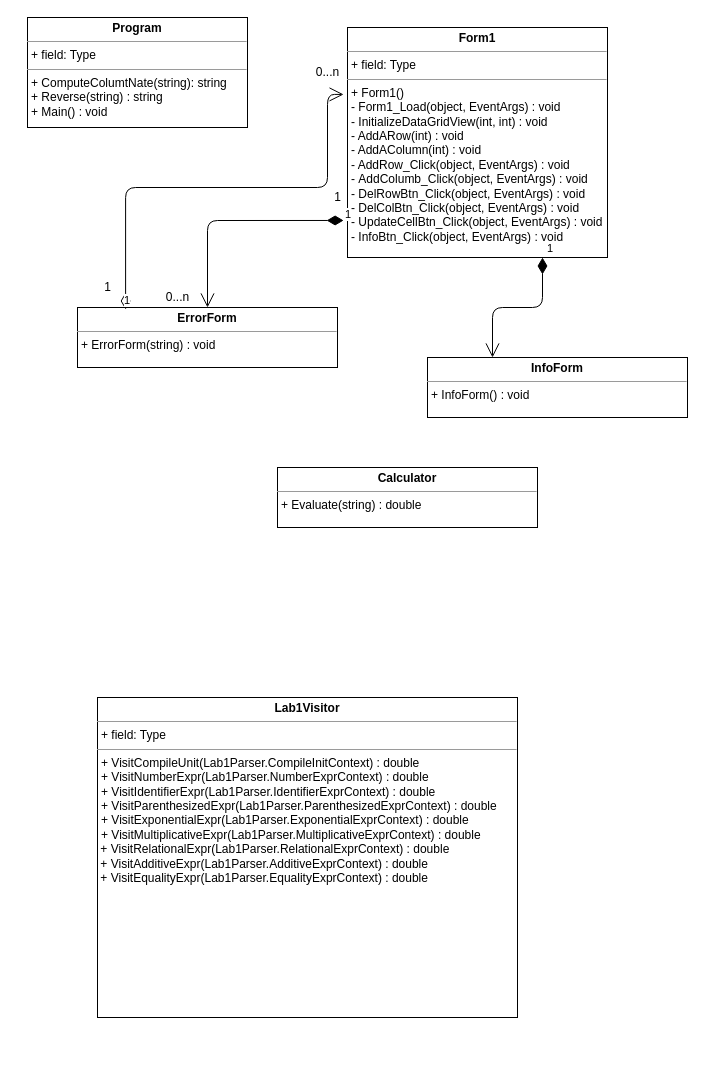
Above: ClassDiagram.drawio in pashokred/mini_spreadsheet (draw.io), before the change. Source tidied: cells renumbered, new cells numbered last; positions are measured from the earlier drawing's top-left corner, leaving out a move shared by most shapes. Both pictures are drawn from the tidied source at 100%, with x=0, y=0 at pixel (27, 17).
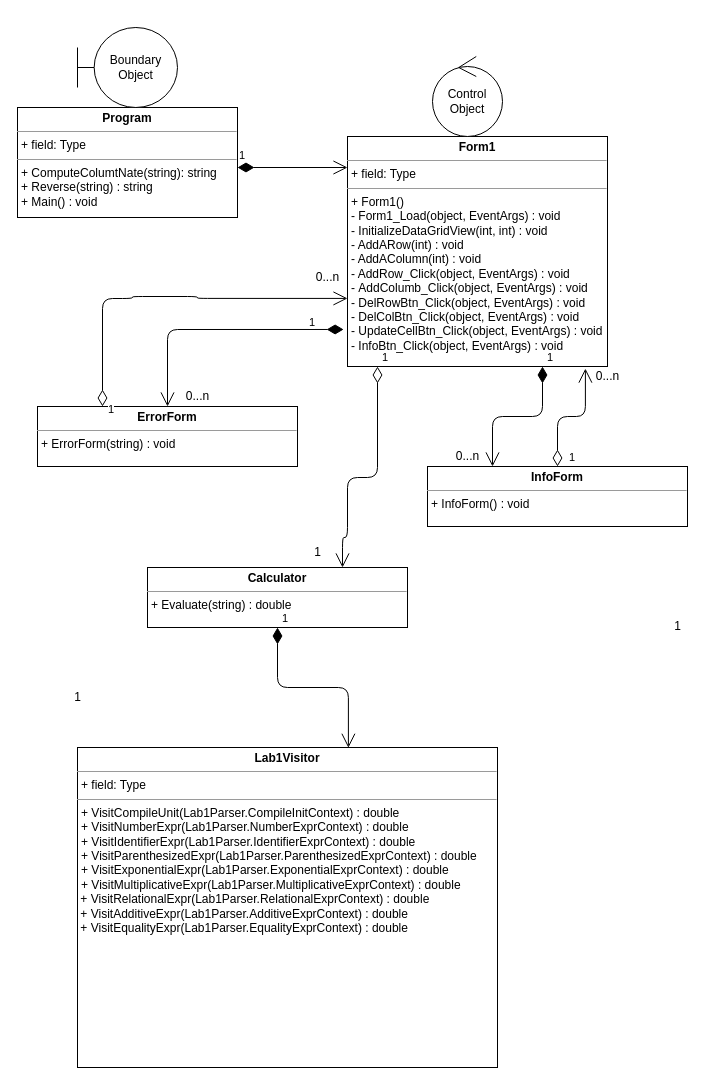
The same diagram, later.

What changed in the source:
```diff
@@
     <mxCell id="2" value="&lt;p style=&quot;margin: 0px ; margin-top: 4px ; text-align: center&quot;&gt;&lt;b&gt;Program&lt;/b&gt;&lt;/p&gt;&lt;hr size=&quot;1&quot;&gt;&lt;p style=&quot;margin: 0px ; margin-left: 4px&quot;&gt;+ field: Type&lt;/p&gt;&lt;hr size=&quot;1&quot;&gt;&lt;p style=&quot;margin: 0px ; margin-left: 4px&quot;&gt;+ ComputeColumtNate(string): string&lt;/p&gt;&lt;p style=&quot;margin: 0px ; margin-left: 4px&quot;&gt;+ Reverse(string) : string&lt;/p&gt;&lt;p style=&quot;margin: 0px ; margin-left: 4px&quot;&gt;+ Main() : void&lt;/p&gt;" style="verticalAlign=top;align=left;overflow=fill;fontSize=12;fontFamily=Helvetica;html=1;" parent="1" vertex="1">
-      <mxGeometry width="220" height="110" as="geometry" />
+      <mxGeometry x="-10" y="90" width="220" height="110" as="geometry" />
     </mxCell>
     <mxCell id="3" value="&lt;p style=&quot;margin: 0px ; margin-top: 4px ; text-align: center&quot;&gt;&lt;b&gt;Form1&lt;/b&gt;&lt;/p&gt;&lt;hr size=&quot;1&quot;&gt;&lt;p style=&quot;margin: 0px ; margin-left: 4px&quot;&gt;+ field: Type&lt;/p&gt;&lt;hr size=&quot;1&quot;&gt;&lt;p style=&quot;margin: 0px ; margin-left: 4px&quot;&gt;+ Form1()&lt;/p&gt;&lt;p style=&quot;margin: 0px ; margin-left: 4px&quot;&gt;&lt;span&gt;- Form1_Load(object, EventArgs) : void&lt;/span&gt;&lt;/p&gt;&lt;p style=&quot;margin: 0px ; margin-left: 4px&quot;&gt;- InitializeDataGridView(int, int) : void&lt;/p&gt;&lt;p style=&quot;margin: 0px ; margin-left: 4px&quot;&gt;- AddARow(int) : void&lt;/p&gt;&lt;p style=&quot;margin: 0px ; margin-left: 4px&quot;&gt;- AddAColumn(int) : void&lt;/p&gt;&lt;p style=&quot;margin: 0px ; margin-left: 4px&quot;&gt;- AddRow_Click(object, EventArgs) : void&lt;/p&gt;&lt;p style=&quot;margin: 0px ; margin-left: 4px&quot;&gt;-&amp;nbsp;&lt;span&gt;AddColumb_Click(object, EventArgs) : void&lt;/span&gt;&lt;/p&gt;&lt;div&gt;&lt;p style=&quot;margin: 0px 0px 0px 4px&quot;&gt;- DelRowBtn_Click(object, EventArgs) : void&lt;/p&gt;&lt;/div&gt;&lt;div&gt;&lt;div&gt;&lt;p style=&quot;margin: 0px 0px 0px 4px&quot;&gt;- DelColBtn_Click(object, EventArgs) : void&lt;/p&gt;&lt;div&gt;&lt;p style=&quot;margin: 0px 0px 0px 4px&quot;&gt;- UpdateCellBtn_Click(object, EventArgs) : void&lt;/p&gt;&lt;div&gt;&lt;p style=&quot;margin: 0px 0px 0px 4px&quot;&gt;- InfoBtn_Click(object, EventArgs) : void&lt;/p&gt;&lt;/div&gt;&lt;div&gt;&lt;br&gt;&lt;/div&gt;&lt;/div&gt;&lt;div&gt;&lt;br&gt;&lt;/div&gt;&lt;/div&gt;&lt;div&gt;&lt;br&gt;&lt;/div&gt;&lt;/div&gt;&lt;p style=&quot;margin: 0px ; margin-left: 4px&quot;&gt;&lt;br&gt;&lt;/p&gt;" style="verticalAlign=top;align=left;overflow=fill;fontSize=12;fontFamily=Helvetica;html=1;" parent="1" vertex="1">
-      <mxGeometry x="320" y="10" width="260" height="230" as="geometry" />
+      <mxGeometry x="320" y="119" width="260" height="230" as="geometry" />
     </mxCell>
     <mxCell id="4" value="&lt;p style=&quot;margin: 0px ; margin-top: 4px ; text-align: center&quot;&gt;&lt;b&gt;ErrorForm&lt;/b&gt;&lt;/p&gt;&lt;hr size=&quot;1&quot;&gt;&lt;p style=&quot;margin: 0px ; margin-left: 4px&quot;&gt;&lt;span&gt;+ ErrorForm(string) : void&lt;/span&gt;&lt;br&gt;&lt;/p&gt;&lt;p style=&quot;margin: 0px ; margin-left: 4px&quot;&gt;&lt;br&gt;&lt;/p&gt;&lt;div&gt;&lt;div&gt;&lt;br&gt;&lt;/div&gt;&lt;/div&gt;&lt;p style=&quot;margin: 0px ; margin-left: 4px&quot;&gt;&lt;br&gt;&lt;/p&gt;" style="verticalAlign=top;align=left;overflow=fill;fontSize=12;fontFamily=Helvetica;html=1;" parent="1" vertex="1">
-      <mxGeometry x="50" y="290" width="260" height="60" as="geometry" />
+      <mxGeometry x="10" y="389" width="260" height="60" as="geometry" />
     </mxCell>
     <mxCell id="5" value="&lt;p style=&quot;margin: 0px ; margin-top: 4px ; text-align: center&quot;&gt;&lt;b&gt;InfoForm&lt;/b&gt;&lt;/p&gt;&lt;hr size=&quot;1&quot;&gt;&lt;p style=&quot;margin: 0px ; margin-left: 4px&quot;&gt;&lt;span&gt;+ InfoForm() : void&lt;/span&gt;&lt;/p&gt;&lt;div&gt;&lt;div&gt;&lt;br&gt;&lt;/div&gt;&lt;/div&gt;&lt;p style=&quot;margin: 0px ; margin-left: 4px&quot;&gt;&lt;br&gt;&lt;/p&gt;" style="verticalAlign=top;align=left;overflow=fill;fontSize=12;fontFamily=Helvetica;html=1;" parent="1" vertex="1">
-      <mxGeometry x="400" y="340" width="260" height="60" as="geometry" />
+      <mxGeometry x="400" y="449" width="260" height="60" as="geometry" />
     </mxCell>
     <mxCell id="6" value="&lt;p style=&quot;margin: 0px ; margin-top: 4px ; text-align: center&quot;&gt;&lt;b&gt;Calculator&lt;/b&gt;&lt;/p&gt;&lt;hr size=&quot;1&quot;&gt;&lt;p style=&quot;margin: 0px ; margin-left: 4px&quot;&gt;&lt;span&gt;+ Evaluate(string) : double&lt;/span&gt;&lt;/p&gt;&lt;div&gt;&lt;div&gt;&lt;br&gt;&lt;/div&gt;&lt;/div&gt;&lt;p style=&quot;margin: 0px ; margin-left: 4px&quot;&gt;&lt;br&gt;&lt;/p&gt;" style="verticalAlign=top;align=left;overflow=fill;fontSize=12;fontFamily=Helvetica;html=1;" parent="1" vertex="1">
-      <mxGeometry x="250" y="450" width="260" height="60" as="geometry" />
+      <mxGeometry x="120" y="550" width="260" height="60" as="geometry" />
     </mxCell>
     <mxCell id="7" value="&lt;p style=&quot;margin: 0px ; margin-top: 4px ; text-align: center&quot;&gt;&lt;b&gt;Lab1Visitor&lt;/b&gt;&lt;/p&gt;&lt;hr size=&quot;1&quot;&gt;&lt;p style=&quot;margin: 0px ; margin-left: 4px&quot;&gt;+ field: Type&lt;/p&gt;&lt;hr size=&quot;1&quot;&gt;&lt;p style=&quot;margin: 0px ; margin-left: 4px&quot;&gt;+ VisitCompileUnit(Lab1Parser.CompileInitContext) : double&lt;/p&gt;&lt;p style=&quot;margin: 0px 0px 0px 4px&quot;&gt;+ VisitNumberExpr(Lab1Parser.NumberExprContext) : double&lt;/p&gt;&lt;p style=&quot;margin: 0px 0px 0px 4px&quot;&gt;+ VisitIdentifierExpr(Lab1Parser.IdentifierExprContext) : double&lt;/p&gt;&lt;p style=&quot;margin: 0px 0px 0px 4px&quot;&gt;+ VisitParenthesizedExpr(Lab1Parser.ParenthesizedExprContext) : double&lt;/p&gt;&lt;p style=&quot;margin: 0px 0px 0px 4px&quot;&gt;+ VisitExponentialExpr(Lab1Parser.ExponentialExprContext) : double&lt;/p&gt;&lt;p style=&quot;margin: 0px 0px 0px 4px&quot;&gt;+ VisitMultiplicativeExpr(Lab1Parser.MultiplicativeExprContext) : double&lt;/p&gt;&amp;nbsp;+ VisitRelationalExpr(Lab1Parser.RelationalExprContext) : double&lt;br class=&quot;Apple-interchange-newline&quot;&gt;&amp;nbsp;+ VisitAdditiveExpr(Lab1Parser.AdditiveExprContext) : double&lt;br&gt;&amp;nbsp;+ VisitEqualityExpr(Lab1Parser.EqualityExprContext) : double&lt;br&gt;&lt;div&gt;&lt;br&gt;&lt;/div&gt;&lt;div&gt;&lt;br&gt;&lt;/div&gt;&lt;div&gt;&lt;br&gt;&lt;/div&gt;&lt;div&gt;&lt;br&gt;&lt;/div&gt;" style="verticalAlign=top;align=left;overflow=fill;fontSize=12;fontFamily=Helvetica;html=1;" parent="1" vertex="1">
-      <mxGeometry x="70" y="680" width="420" height="320" as="geometry" />
+      <mxGeometry x="50" y="730" width="420" height="320" as="geometry" />
     </mxCell>
     <mxCell id="8" value="1" style="endArrow=open;html=1;endSize=12;startArrow=diamondThin;startSize=14;startFill=1;edgeStyle=orthogonalEdgeStyle;align=left;verticalAlign=bottom;exitX=-0.015;exitY=0.839;exitDx=0;exitDy=0;exitPerimeter=0;" parent="1" edge="1" source="3" target="4">
-      <mxGeometry x="-1" y="3" relative="1" as="geometry" />
+      <mxGeometry x="0.41" y="140" relative="1" as="geometry" />
     </mxCell>
-    <mxCell id="9" value="1" style="text;html=1;align=center;verticalAlign=middle;" parent="1" vertex="1">
-      <mxGeometry x="300" y="170" width="20" height="20" as="geometry" />
-    </mxCell>
     <mxCell id="10" value="0...n" style="text;html=1;align=center;verticalAlign=middle;" parent="1" vertex="1">
-      <mxGeometry x="130" y="270" width="40" height="20" as="geometry" />
+      <mxGeometry x="150" y="369" width="40" height="20" as="geometry" />
     </mxCell>
-    <mxCell id="11" value="1" style="endArrow=open;html=1;endSize=12;startArrow=diamondThin;startSize=14;startFill=0;edgeStyle=orthogonalEdgeStyle;align=left;verticalAlign=bottom;exitX=0.185;exitY=0.033;exitDx=0;exitDy=0;exitPerimeter=0;entryX=-0.015;entryY=0.291;entryDx=0;entryDy=0;entryPerimeter=0;" parent="1" edge="1" source="4" target="3">
-      <mxGeometry x="-1" y="3" relative="1" as="geometry">
+    <mxCell id="11" value="1" style="endArrow=open;html=1;endSize=12;startArrow=diamondThin;startSize=14;startFill=0;edgeStyle=orthogonalEdgeStyle;align=left;verticalAlign=bottom;entryX=0;entryY=0.704;entryDx=0;entryDy=0;entryPerimeter=0;exitX=0.25;exitY=0;exitDx=0;exitDy=0;" parent="1" edge="1" source="4" target="3">
+      <mxGeometry x="-0.29" y="-121" relative="1" as="geometry">
         <Array as="points">
-          <mxPoint x="98" y="170" />
-          <mxPoint x="300" y="170" />
-          <mxPoint x="300" y="77" />
+          <mxPoint x="75" y="281" />
+          <mxPoint x="105" y="281" />
+          <mxPoint x="105" y="279" />
+          <mxPoint x="170" y="279" />
+          <mxPoint x="170" y="281" />
         </Array>
+        <mxPoint x="-15" y="-1" as="offset" />
       </mxGeometry>
     </mxCell>
     <mxCell id="12" value="0...n" style="text;html=1;align=center;verticalAlign=middle;" parent="1" vertex="1">
-      <mxGeometry x="280" y="45" width="40" height="20" as="geometry" />
+      <mxGeometry x="280" y="250" width="40" height="20" as="geometry" />
     </mxCell>
     <mxCell id="13" value="1" style="text;html=1;align=center;verticalAlign=middle;" parent="1" vertex="1">
-      <mxGeometry x="70" y="260" width="20" height="20" as="geometry" />
+      <mxGeometry x="640" y="599" width="20" height="20" as="geometry" />
     </mxCell>
@@
+    <mxCell id="15" value="1" style="endArrow=open;html=1;endSize=12;startArrow=diamondThin;startSize=14;startFill=0;edgeStyle=orthogonalEdgeStyle;align=left;verticalAlign=bottom;entryX=0.915;entryY=1.009;entryDx=0;entryDy=0;entryPerimeter=0;" parent="1" edge="1" source="5" target="3">
+      <mxGeometry x="-0.05" y="-50" relative="1" as="geometry" />
+    </mxCell>
+    <mxCell id="16" value="0...n" style="text;html=1;align=center;verticalAlign=middle;" parent="1" vertex="1">
+      <mxGeometry x="560" y="349" width="40" height="20" as="geometry" />
+    </mxCell>
+    <mxCell id="17" value="0...n" style="text;html=1;align=center;verticalAlign=middle;" parent="1" vertex="1">
+      <mxGeometry x="420" y="429" width="40" height="20" as="geometry" />
+    </mxCell>
+    <mxCell id="18" value="Control Object" style="ellipse;shape=umlControl;whiteSpace=wrap;html=1;" parent="1" vertex="1">
+      <mxGeometry x="405" y="39" width="70" height="80" as="geometry" />
+    </mxCell>
+    <mxCell id="19" value="Boundary Object" style="shape=umlBoundary;whiteSpace=wrap;html=1;" parent="1" vertex="1">
+      <mxGeometry x="50" y="10" width="100" height="80" as="geometry" />
+    </mxCell>
+    <mxCell id="20" value="1" style="endArrow=open;html=1;endSize=12;startArrow=diamondThin;startSize=14;startFill=0;edgeStyle=orthogonalEdgeStyle;align=left;verticalAlign=bottom;entryX=0.75;entryY=0;entryDx=0;entryDy=0;" parent="1" edge="1" source="3" target="6">
+      <mxGeometry x="-1" y="3" relative="1" as="geometry">
+        <Array as="points">
+          <mxPoint x="350" y="460" />
+          <mxPoint x="320" y="460" />
+          <mxPoint x="320" y="520" />
+          <mxPoint x="315" y="520" />
+        </Array>
+      </mxGeometry>
+    </mxCell>
+    <mxCell id="21" value="1" style="endArrow=open;html=1;endSize=12;startArrow=diamondThin;startSize=14;startFill=1;edgeStyle=orthogonalEdgeStyle;align=left;verticalAlign=bottom;exitX=0.5;exitY=1;exitDx=0;exitDy=0;entryX=0.645;entryY=0.001;entryDx=0;entryDy=0;entryPerimeter=0;" parent="1" edge="1" source="6" target="7">
+      <mxGeometry x="-1" y="3" relative="1" as="geometry" />
+    </mxCell>
+    <mxCell id="22" value="1" style="endArrow=open;html=1;endSize=12;startArrow=diamondThin;startSize=14;startFill=1;edgeStyle=orthogonalEdgeStyle;align=left;verticalAlign=bottom;" parent="1" edge="1">
+      <mxGeometry x="-1" y="3" relative="1" as="geometry">
+        <mxPoint x="210" y="150" as="sourcePoint" />
+        <mxPoint x="320" y="150" as="targetPoint" />
+      </mxGeometry>
+    </mxCell>
+    <mxCell id="23" value="1" style="text;html=1;align=center;verticalAlign=middle;" parent="1" vertex="1">
+      <mxGeometry x="40" y="670" width="20" height="20" as="geometry" />
+    </mxCell>
+    <mxCell id="24" value="1" style="text;html=1;align=center;verticalAlign=middle;" parent="1" vertex="1">
+      <mxGeometry x="280" y="525" width="20" height="20" as="geometry" />
+    </mxCell>
```
